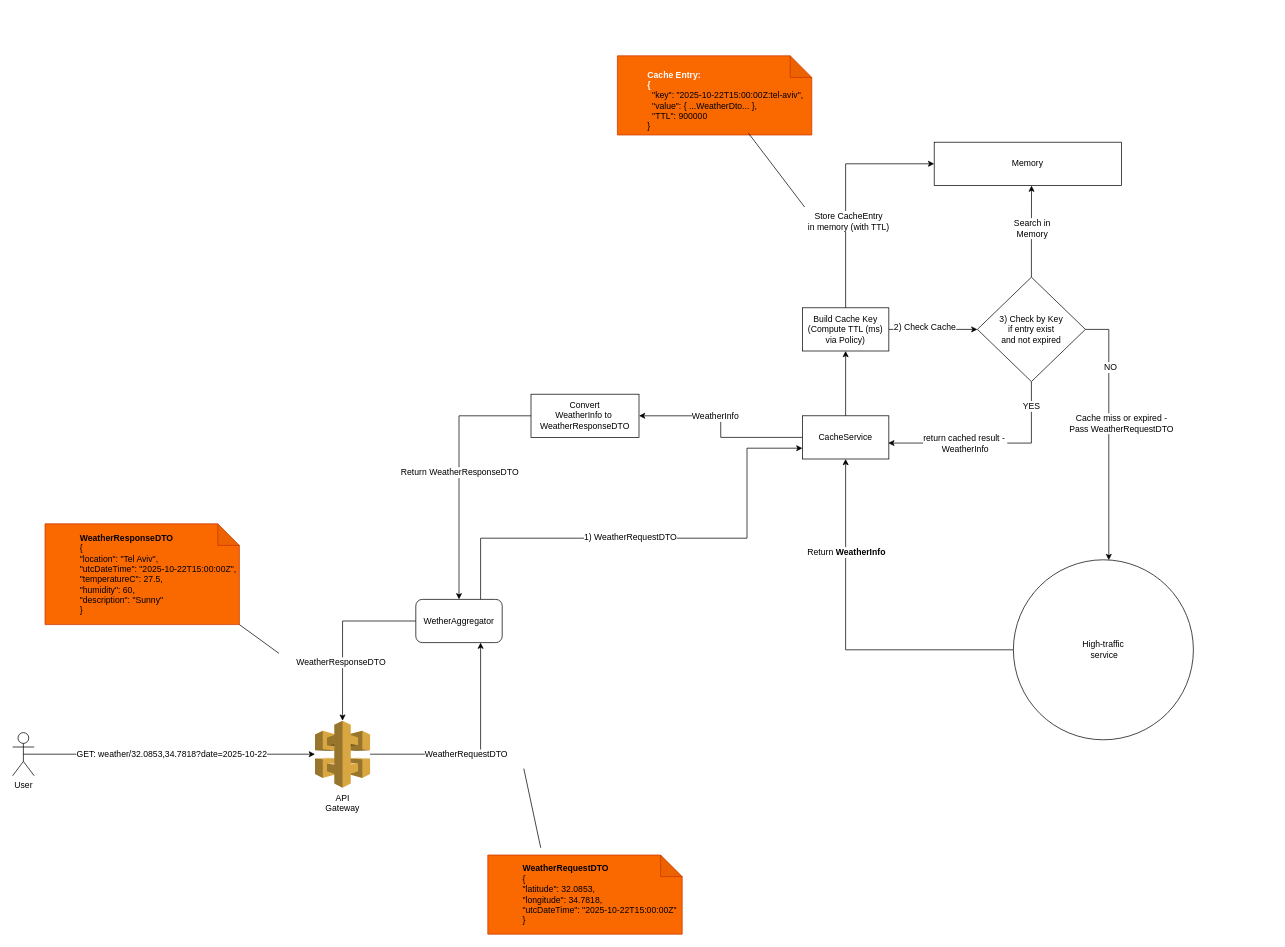
This is Untitled Diagram.drawio from rotemo-iai/drawio, a draw.io file, before an edit. Source tidied: cells renumbered, new cells numbered last; positions are measured from the earlier drawing's top-left corner, leaving out a move shared by most shapes. Both pictures are drawn from the tidied source at 72%, with x=0, y=0 at pixel (12, 55).
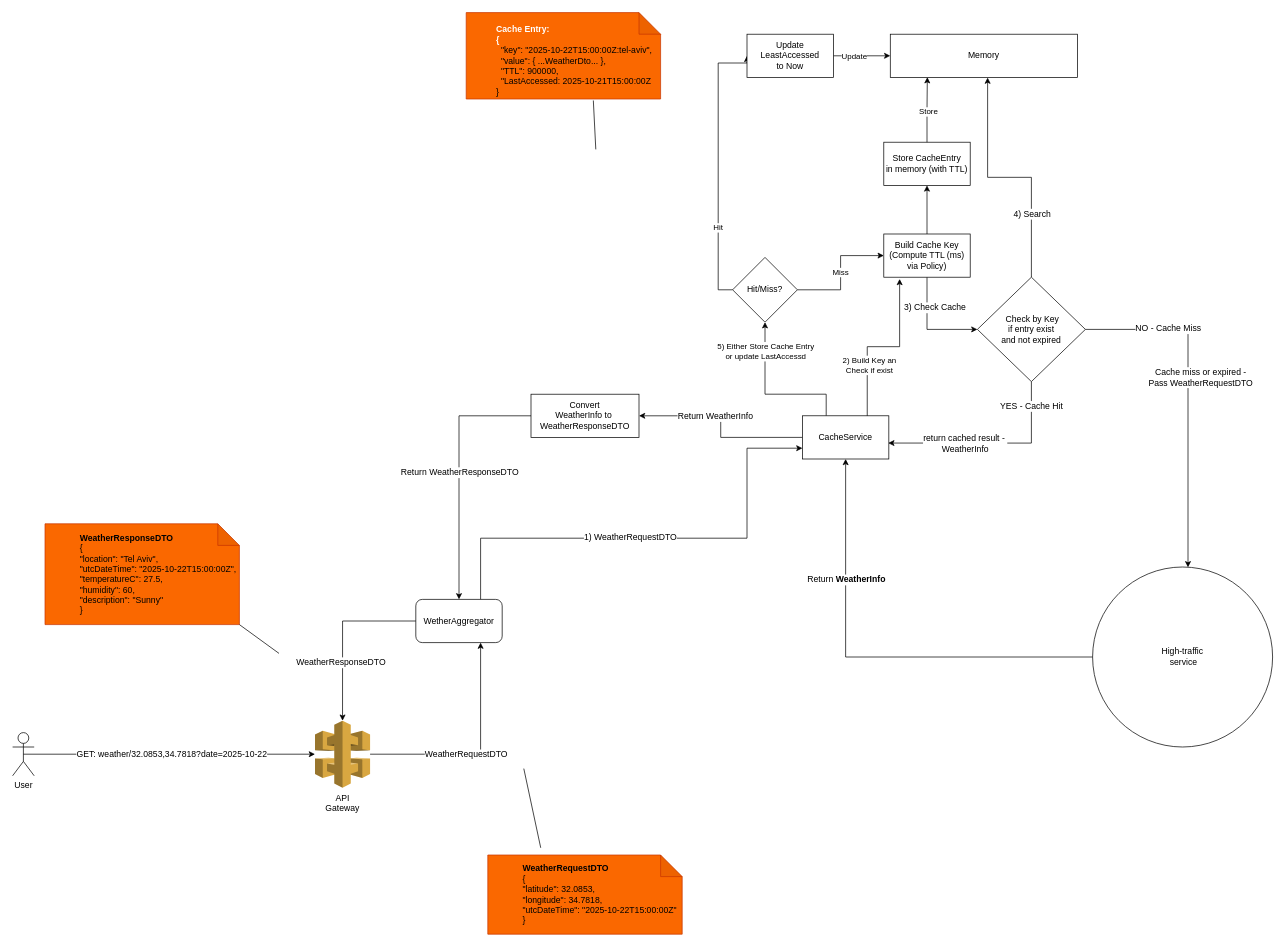
After the change.

The change refers to these unchanged cells:
```xml
<mxCell id="25" style="edgeStyle=orthogonalEdgeStyle;rounded=0;jettySize=auto;html=1;exitX=0;exitY=0.5;exitDx=0;exitDy=0;entryX=1;entryY=0.5;entryDx=0;entryDy=0;fontSize=12;" parent="1" edge="1" source="27" target="43">
  <mxGeometry relative="1" as="geometry" />
</mxCell>
<mxCell id="27" value="CacheService" style="rounded=0;whiteSpace=wrap;html=1;fontSize=12;" parent="1" vertex="1">
  <mxGeometry x="1097" y="500" width="120" height="60" as="geometry" />
</mxCell>
<mxCell id="35" style="edgeStyle=orthogonalEdgeStyle;rounded=0;jettySize=auto;html=1;entryX=0.52;entryY=1.004;entryDx=0;entryDy=0;entryPerimeter=0;fontSize=12;" parent="1" edge="1" source="14" target="8">
  <mxGeometry relative="1" as="geometry" />
</mxCell>
<mxCell id="37" style="edgeStyle=orthogonalEdgeStyle;rounded=0;jettySize=auto;html=1;exitX=0.5;exitY=1;exitDx=0;exitDy=0;entryX=0.993;entryY=0.631;entryDx=0;entryDy=0;entryPerimeter=0;fontSize=12;" parent="1" edge="1" source="14" target="27">
  <mxGeometry relative="1" as="geometry" />
</mxCell>
<mxCell id="40" style="edgeStyle=orthogonalEdgeStyle;rounded=0;jettySize=auto;html=1;exitX=1;exitY=0.5;exitDx=0;exitDy=0;entryX=0.53;entryY=0.002;entryDx=0;entryDy=0;entryPerimeter=0;fontSize=12;" parent="1" edge="1" source="14" target="7">
  <mxGeometry relative="1" as="geometry" />
</mxCell>
```

What changed in the source:
```diff
@@
     <mxCell id="7" value="&lt;font&gt;High-traffic&lt;br&gt;&amp;nbsp;service&lt;/font&gt;" style="ellipse;whiteSpace=wrap;html=1;fontSize=12;" parent="1" vertex="1">
-      <mxGeometry x="1390" y="700" width="250" height="250" as="geometry" />
+      <mxGeometry x="1500" y="710" width="250" height="250" as="geometry" />
     </mxCell>
     <mxCell id="8" value="Memory" style="rounded=0;whiteSpace=wrap;html=1;fontSize=12;" parent="1" vertex="1">
-      <mxGeometry x="1280" y="120" width="260" height="60" as="geometry" />
+      <mxGeometry x="1219" y="-30" width="260" height="60" as="geometry" />
     </mxCell>
@@
-    <mxCell id="12" value="&lt;blockquote style=&quot;margin: 0 0 0 40px; border: none; padding: 0px;&quot;&gt;&lt;div&gt;&amp;nbsp;&amp;nbsp;&lt;/div&gt;&lt;b style=&quot;text-align: center; text-wrap-mode: nowrap;&quot;&gt;&lt;font style=&quot;color: light-dark(rgb(255, 255, 255), rgb(255, 255, 255));&quot;&gt;Cache Entry:&lt;br&gt;{&lt;br&gt;&lt;/font&gt;&lt;/b&gt;&lt;div&gt;&amp;nbsp; &quot;key&quot;: &quot;2025-10-22T15:00:00Z:tel-aviv&quot;,&lt;/div&gt;&lt;div&gt;&amp;nbsp; &quot;value&quot;: { ...WeatherDto... },&lt;/div&gt;&lt;div&gt;&amp;nbsp; &quot;TTL&quot;: 900000&lt;br&gt;}&lt;/div&gt;&lt;/blockquote&gt;" style="shape=note;whiteSpace=wrap;html=1;backgroundOutline=1;darkOpacity=0.05;fillColor=#fa6800;strokeColor=#C73500;fontColor=#000000;align=left;fontSize=12;" parent="1" vertex="1">
-      <mxGeometry x="840" width="270" height="110" as="geometry" />
+    <mxCell id="12" value="&lt;blockquote style=&quot;margin: 0 0 0 40px; border: none; padding: 0px;&quot;&gt;&lt;div&gt;&amp;nbsp;&amp;nbsp;&lt;/div&gt;&lt;b style=&quot;text-align: center; text-wrap-mode: nowrap;&quot;&gt;&lt;font style=&quot;color: light-dark(rgb(255, 255, 255), rgb(255, 255, 255));&quot;&gt;Cache Entry:&lt;br&gt;{&lt;br&gt;&lt;/font&gt;&lt;/b&gt;&lt;div&gt;&amp;nbsp; &quot;key&quot;: &quot;2025-10-22T15:00:00Z:tel-aviv&quot;,&lt;/div&gt;&lt;div&gt;&amp;nbsp; &quot;value&quot;: { ...WeatherDto... },&lt;/div&gt;&lt;div&gt;&amp;nbsp; &quot;TTL&quot;: 900000,&amp;nbsp;&lt;br&gt;&amp;nbsp; &quot;LastAccessed: 2025-10-21T15:00:00Z&lt;br&gt;}&lt;/div&gt;&lt;/blockquote&gt;" style="shape=note;whiteSpace=wrap;html=1;backgroundOutline=1;darkOpacity=0.05;fillColor=#fa6800;strokeColor=#C73500;fontColor=#000000;align=left;fontSize=12;" parent="1" vertex="1">
+      <mxGeometry x="630" y="-60" width="270" height="120" as="geometry" />
     </mxCell>
-    <mxCell id="13" style="endArrow=none;html=1;rounded=0;entryX=0.675;entryY=0.98;entryDx=0;entryDy=0;entryPerimeter=0;fontSize=12;" parent="1" edge="1" target="12">
+    <mxCell id="13" style="endArrow=none;html=1;rounded=0;entryX=0.654;entryY=1.017;entryDx=0;entryDy=0;entryPerimeter=0;fontSize=12;" parent="1" edge="1" target="12">
       <mxGeometry relative="1" as="geometry">
-        <mxPoint x="1100" y="210" as="sourcePoint" />
+        <mxPoint x="810" y="130" as="sourcePoint" />
       </mxGeometry>
     </mxCell>
-    <mxCell id="14" value="&lt;span&gt;3) Check by Key &lt;br&gt;if entry exist &lt;br&gt;and not expired&lt;/span&gt;" style="rhombus;whiteSpace=wrap;html=1;fontSize=12;" parent="1" vertex="1">
+    <mxCell id="14" value="&lt;span&gt;&amp;nbsp;Check by Key &lt;br&gt;if entry exist &lt;br&gt;and not expired&lt;/span&gt;" style="rhombus;whiteSpace=wrap;html=1;fontSize=12;" parent="1" vertex="1">
       <mxGeometry x="1340" y="307.5" width="150" height="145" as="geometry" />
     </mxCell>
@@
-    <mxCell id="24" style="edgeStyle=orthogonalEdgeStyle;rounded=0;jettySize=auto;html=1;entryX=0.5;entryY=1;entryDx=0;entryDy=0;fontSize=12;" parent="1" edge="1" source="27" target="32">
-      <mxGeometry relative="1" as="geometry" />
+    <mxCell id="24" style="edgeStyle=orthogonalEdgeStyle;rounded=0;jettySize=auto;html=1;entryX=0.5;entryY=1;entryDx=0;entryDy=0;fontSize=12;" parent="1" edge="1" source="27" target="47">
+      <mxGeometry relative="1" as="geometry">
+        <Array as="points">
+          <mxPoint x="1130" y="470" />
+          <mxPoint x="1045" y="470" />
+        </Array>
+      </mxGeometry>
     </mxCell>
+    <mxCell id="44" value="5) Either Store Cache Entry &lt;br&gt;or update LastAccessd" style="edgeLabel;html=1;align=center;verticalAlign=middle;" parent="24" vertex="1">
+      <mxGeometry x="0.22" y="-3" relative="1" as="geometry">
+        <mxPoint x="-3" y="-44" as="offset" />
+      </mxGeometry>
+    </mxCell>
@@
-    <mxCell id="26" value="&lt;span&gt;WeatherInfo&lt;/span&gt;" style="edgeLabel;html=1;align=center;verticalAlign=middle;fontSize=12;" parent="25" vertex="1">
+    <mxCell id="26" value="&lt;span&gt;Return WeatherInfo&lt;/span&gt;" style="edgeLabel;html=1;align=center;verticalAlign=middle;fontSize=12;" parent="25" vertex="1">
       <mxGeometry x="0.39" y="1" relative="1" as="geometry">
         <mxPoint x="27" y="-1" as="offset" />
       </mxGeometry>
     </mxCell>
@@
-    <mxCell id="28" style="edgeStyle=orthogonalEdgeStyle;rounded=0;jettySize=auto;html=1;fontSize=12;" parent="1" edge="1" source="32">
-      <mxGeometry relative="1" as="geometry">
-        <mxPoint x="1280" y="150" as="targetPoint" />
-        <Array as="points">
-          <mxPoint x="1157" y="150" />
-        </Array>
-      </mxGeometry>
+    <mxCell id="28" style="edgeStyle=orthogonalEdgeStyle;rounded=0;jettySize=auto;html=1;fontSize=12;" parent="1" edge="1" source="32" target="29">
+      <mxGeometry relative="1" as="geometry" />
     </mxCell>
-    <mxCell id="29" value="Store&amp;nbsp;&lt;span&gt;CacheEntry&lt;br&gt;&lt;/span&gt;in memory (with TTL)" style="edgeLabel;html=1;align=center;verticalAlign=middle;points=[];fontSize=12;" parent="28" vertex="1">
-      <mxGeometry x="0.18" y="1" relative="1" as="geometry">
-        <mxPoint x="4" y="70" as="offset" />
-      </mxGeometry>
-    </mxCell>
-    <mxCell id="30" style="edgeStyle=orthogonalEdgeStyle;rounded=0;jettySize=auto;html=1;fontSize=12;" parent="1" edge="1" source="32" target="14">
+    <mxCell id="30" style="edgeStyle=orthogonalEdgeStyle;rounded=0;jettySize=auto;html=1;fontSize=12;exitX=0.5;exitY=1;exitDx=0;exitDy=0;" parent="1" edge="1" source="32" target="14">
       <mxGeometry relative="1" as="geometry" />
     </mxCell>
-    <mxCell id="31" value="2)&amp;nbsp;Check Cache" style="edgeLabel;html=1;align=center;verticalAlign=middle;fontSize=12;" parent="30" vertex="1">
-      <mxGeometry x="-0.2" y="3" relative="1" as="geometry" />
+    <mxCell id="31" value="3)&amp;nbsp;Check Cache" style="edgeLabel;html=1;align=center;verticalAlign=middle;fontSize=12;" parent="30" vertex="1">
+      <mxGeometry x="-0.2" y="3" relative="1" as="geometry">
+        <mxPoint x="7" y="-15" as="offset" />
+      </mxGeometry>
     </mxCell>
     <mxCell id="32" value="Build Cache Key (Compute TTL (ms) via Policy)" style="rounded=0;whiteSpace=wrap;html=1;fontSize=12;" parent="1" vertex="1">
-      <mxGeometry x="1097" y="350" width="120" height="60" as="geometry" />
+      <mxGeometry x="1210" y="247.5" width="120" height="60" as="geometry" />
     </mxCell>
@@
-    <mxCell id="36" value="Search in&lt;br&gt;Memory" style="edgeLabel;html=1;align=center;verticalAlign=middle;fontSize=12;" parent="35" vertex="1">
-      <mxGeometry x="0.06" relative="1" as="geometry" />
+    <mxCell id="36" value="4) Search" style="edgeLabel;html=1;align=center;verticalAlign=middle;fontSize=12;" parent="35" vertex="1">
+      <mxGeometry x="0.06" relative="1" as="geometry">
+        <mxPoint x="41" y="51" as="offset" />
+      </mxGeometry>
     </mxCell>
@@
-    <mxCell id="39" value="YES" style="edgeLabel;html=1;align=center;verticalAlign=middle;fontSize=12;" parent="37" vertex="1">
+    <mxCell id="39" value="YES - Cache Hit" style="edgeLabel;html=1;align=center;verticalAlign=middle;fontSize=12;" parent="37" vertex="1">
       <mxGeometry x="-0.76" y="-1" relative="1" as="geometry" />
     </mxCell>
@@
-    <mxCell id="41" value="NO" style="edgeLabel;html=1;align=center;verticalAlign=middle;fontSize=12;" parent="40" vertex="1">
+    <mxCell id="41" value="NO - Cache Miss" style="edgeLabel;html=1;align=center;verticalAlign=middle;fontSize=12;" parent="40" vertex="1">
       <mxGeometry x="-0.52" y="2" relative="1" as="geometry" />
     </mxCell>
@@
+    <mxCell id="45" value="Hit" style="edgeStyle=orthogonalEdgeStyle;rounded=0;jettySize=auto;html=1;exitX=0;exitY=0.5;exitDx=0;exitDy=0;entryX=0;entryY=0.5;entryDx=0;entryDy=0;" parent="1" edge="1" source="47" target="54">
+      <mxGeometry x="-0.45" relative="1" as="geometry">
+        <Array as="points">
+          <mxPoint x="980" y="325" />
+          <mxPoint x="980" y="10" />
+        </Array>
+      </mxGeometry>
+    </mxCell>
+    <mxCell id="46" value="Miss" style="edgeStyle=orthogonalEdgeStyle;rounded=0;jettySize=auto;html=1;exitX=1;exitY=0.5;exitDx=0;exitDy=0;entryX=0;entryY=0.5;entryDx=0;entryDy=0;" parent="1" edge="1" source="47" target="32">
+      <mxGeometry relative="1" as="geometry" />
+    </mxCell>
+    <mxCell id="47" value="Hit/Miss?" style="rhombus;whiteSpace=wrap;html=1;fontSize=12;" parent="1" vertex="1">
+      <mxGeometry x="1000" y="280" width="90" height="90" as="geometry" />
+    </mxCell>
+    <mxCell id="29" value="&lt;span&gt;&lt;span style=&quot;text-wrap-mode: nowrap;&quot;&gt;Store&lt;/span&gt;&lt;span style=&quot;text-wrap-mode: nowrap;&quot;&gt;&amp;nbsp;&lt;/span&gt;&lt;/span&gt;&lt;span style=&quot;text-wrap-mode: nowrap;&quot;&gt;CacheEntry&lt;br&gt;&lt;/span&gt;&lt;span style=&quot;text-wrap-mode: nowrap;&quot;&gt;in memory (with TTL)&lt;/span&gt;" style="rounded=0;whiteSpace=wrap;html=1;fontSize=12;" parent="1" vertex="1">
+      <mxGeometry x="1210" y="120" width="120" height="60" as="geometry" />
+    </mxCell>
+    <mxCell id="48" style="edgeStyle=orthogonalEdgeStyle;rounded=0;jettySize=auto;html=1;exitX=0.5;exitY=0;exitDx=0;exitDy=0;entryX=0.198;entryY=0.995;entryDx=0;entryDy=0;entryPerimeter=0;" parent="1" edge="1" source="29" target="8">
+      <mxGeometry relative="1" as="geometry" />
+    </mxCell>
+    <mxCell id="49" value="Store" style="edgeLabel;html=1;align=center;verticalAlign=middle;" parent="48" vertex="1">
+      <mxGeometry x="-0.05" y="-1" relative="1" as="geometry" />
+    </mxCell>
+    <mxCell id="50" style="edgeStyle=orthogonalEdgeStyle;rounded=0;jettySize=auto;html=1;exitX=0.75;exitY=0;exitDx=0;exitDy=0;" parent="1" edge="1" source="27">
+      <mxGeometry relative="1" as="geometry">
+        <mxPoint x="1232" y="310" as="targetPoint" />
+        <Array as="points">
+          <mxPoint x="1187" y="404" />
+          <mxPoint x="1232" y="404" />
+        </Array>
+      </mxGeometry>
+    </mxCell>
+    <mxCell id="51" value="2) Build Key an &lt;br&gt;Check if exist" style="edgeLabel;html=1;align=center;verticalAlign=middle;" parent="50" vertex="1">
+      <mxGeometry x="-0.32" y="-2" relative="1" as="geometry">
+        <mxPoint y="9" as="offset" />
+      </mxGeometry>
+    </mxCell>
+    <mxCell id="52" style="edgeStyle=orthogonalEdgeStyle;rounded=0;jettySize=auto;html=1;entryX=0;entryY=0.5;entryDx=0;entryDy=0;" parent="1" edge="1" source="54" target="8">
+      <mxGeometry relative="1" as="geometry" />
+    </mxCell>
+    <mxCell id="53" value="Update" style="edgeLabel;html=1;align=center;verticalAlign=middle;" parent="52" vertex="1">
+      <mxGeometry x="-0.3" relative="1" as="geometry" />
+    </mxCell>
+    <mxCell id="54" value="&lt;span style=&quot;text-wrap-mode: nowrap;&quot;&gt;Update &lt;br&gt;LeastAccessed&lt;br&gt;to Now&lt;/span&gt;" style="rounded=0;whiteSpace=wrap;html=1;fontSize=12;" parent="1" vertex="1">
+      <mxGeometry x="1020" y="-30" width="120" height="60" as="geometry" />
+    </mxCell>
```
